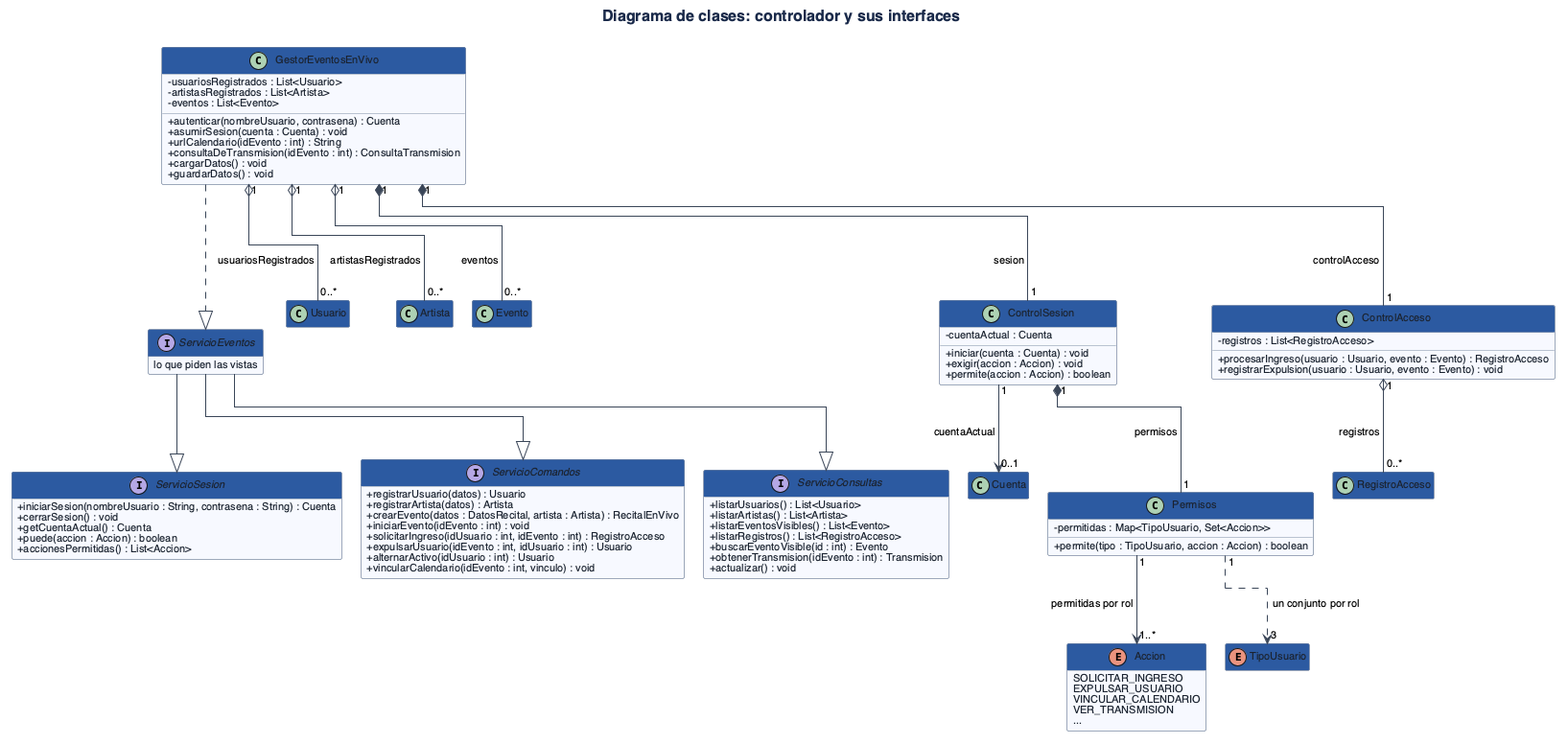
Before: TP/Grupo9_POO_Diagramas_Pdf/imagenes/clases-controlador.png, a diagram exported from PlantUML (lferraro1103/Proceso-de-desarrollo-de-sosftware).
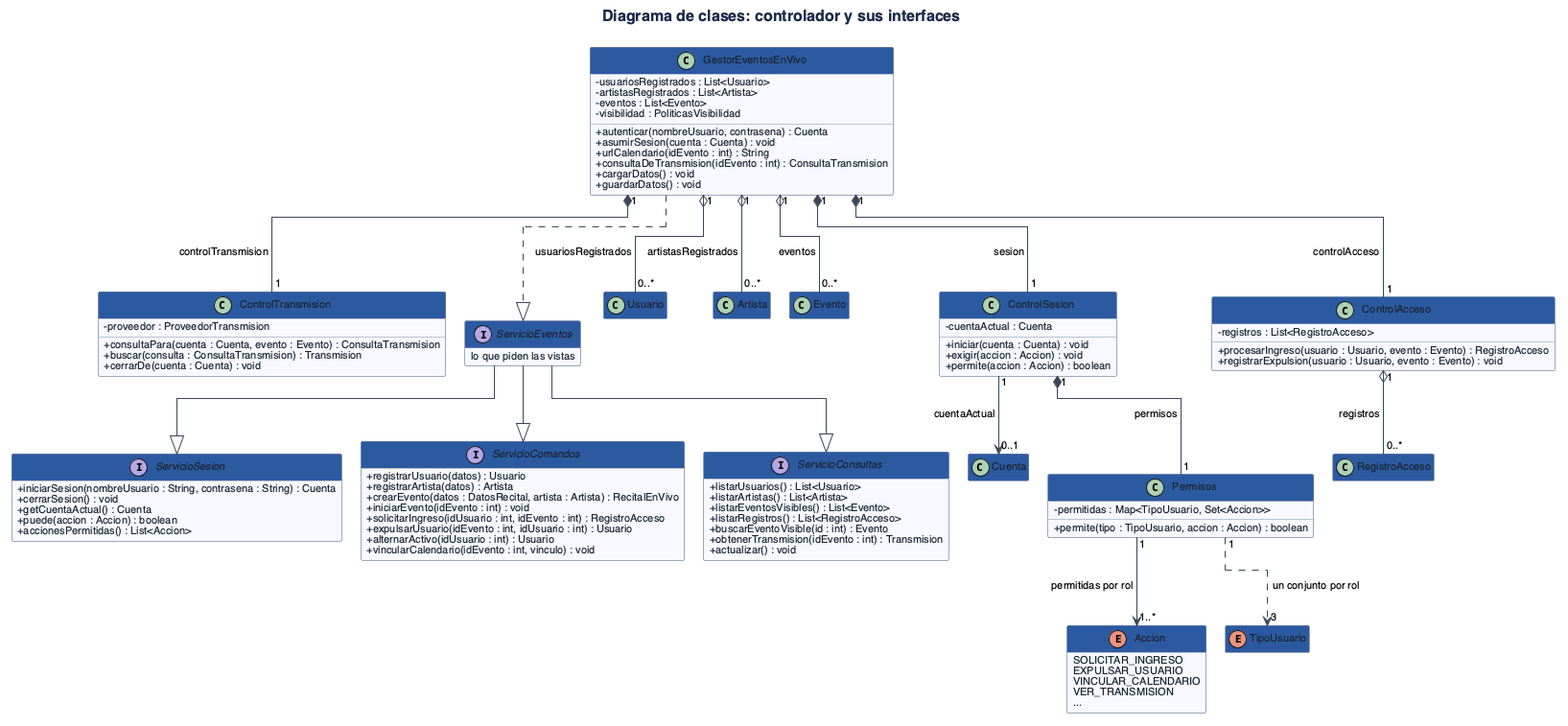
After the change.

Diff of the diagram source:
```diff
@@ -43,6 +43,7 @@
   +asumirSesion(cuenta : Cuenta) : void
   +urlCalendario(idEvento : int) : String
   +consultaDeTransmision(idEvento : int) : ConsultaTransmision
+  -visibilidad : PoliticasVisibilidad
   +cargarDatos() : void
   +guardarDatos() : void
 }
@@ -51,6 +52,13 @@
   -registros : List<RegistroAcceso>
   +procesarIngreso(usuario : Usuario, evento : Evento) : RegistroAcceso
   +registrarExpulsion(usuario : Usuario, evento : Evento) : void
+}
+
+class ControlTransmision {
+  -proveedor : ProveedorTransmision
+  +consultaPara(cuenta : Cuenta, evento : Evento) : ConsultaTransmision
+  +buscar(consulta : ConsultaTransmision) : Transmision
+  +cerrarDe(cuenta : Cuenta) : void
 }
 
 class ControlSesion {
@@ -89,6 +97,7 @@
 GestorEventosEnVivo "1" o-- "0..*" Evento : eventos
 GestorEventosEnVivo "1" *-- "1" ControlAcceso : controlAcceso
 GestorEventosEnVivo "1" *-- "1" ControlSesion : sesion
+GestorEventosEnVivo "1" *-- "1" ControlTransmision : controlTransmision
 ControlAcceso "1" o-- "0..*" RegistroAcceso : registros
 ControlSesion "1" --> "0..1" Cuenta : cuentaActual
 ControlSesion "1" *-- "1" Permisos : permisos
```
